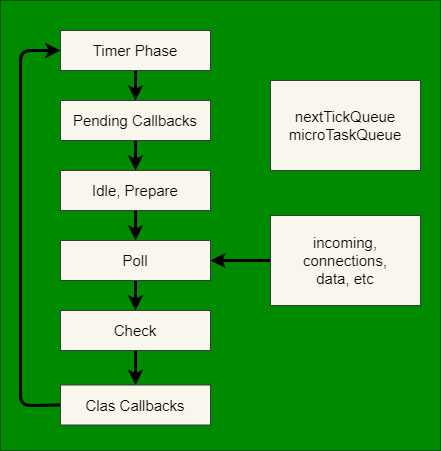
Earlier version of the draw.io export docs/eventloop/eventloop_structure.png (leewoooo/blog-code). Source tidied: cells renumbered, new cells last; positions are measured from the earlier drawing's top-left corner, leaving out a move shared by most shapes. The source it was exported from:
```xml
<mxGraphModel>
  <root>
    <mxCell id="0" />
    <mxCell id="1" parent="0" />
    <mxCell id="2" style="rounded=0;whiteSpace=wrap;html=1;fillColor=#008a00;fontColor=#ffffff;strokeColor=#005700;" parent="1" vertex="1">
      <mxGeometry width="440" height="450" as="geometry" />
    </mxCell>
    <mxCell id="3" style="edgeStyle=none;html=1;entryX=0.5;entryY=0;entryDx=0;entryDy=0;fontSize=15;fontColor=#000000;strokeWidth=3;" parent="1" edge="1" source="4" target="6">
      <mxGeometry relative="1" as="geometry" />
    </mxCell>
    <mxCell id="4" value="&lt;font color=&quot;#000000&quot; style=&quot;font-size: 15px&quot;&gt;Timer Phase&lt;/font&gt;" style="rounded=0;whiteSpace=wrap;html=1;fillColor=#f9f7ed;strokeColor=#36393d;" parent="1" vertex="1">
      <mxGeometry x="60" y="30" width="150" height="40" as="geometry" />
    </mxCell>
    <mxCell id="5" style="edgeStyle=none;html=1;entryX=0.5;entryY=0;entryDx=0;entryDy=0;fontSize=15;fontColor=#000000;strokeWidth=3;" parent="1" edge="1" source="6" target="8">
      <mxGeometry relative="1" as="geometry" />
    </mxCell>
    <mxCell id="6" value="&lt;font color=&quot;#000000&quot;&gt;&lt;span style=&quot;font-size: 15px&quot;&gt;Pending Callbacks&lt;/span&gt;&lt;/font&gt;" style="rounded=0;whiteSpace=wrap;html=1;fillColor=#f9f7ed;strokeColor=#36393d;" parent="1" vertex="1">
      <mxGeometry x="60" y="100" width="150" height="40" as="geometry" />
    </mxCell>
    <mxCell id="7" style="edgeStyle=none;html=1;fontSize=15;fontColor=#000000;strokeWidth=3;" parent="1" edge="1" source="8" target="10">
      <mxGeometry relative="1" as="geometry" />
    </mxCell>
    <mxCell id="8" value="&lt;font color=&quot;#000000&quot; style=&quot;font-size: 15px&quot;&gt;Idle, Prepare&lt;/font&gt;" style="rounded=0;whiteSpace=wrap;html=1;fillColor=#f9f7ed;strokeColor=#36393d;" parent="1" vertex="1">
      <mxGeometry x="60" y="170" width="150" height="40" as="geometry" />
    </mxCell>
    <mxCell id="9" style="edgeStyle=none;html=1;fontSize=15;fontColor=#000000;strokeWidth=3;" parent="1" edge="1" source="10" target="12">
      <mxGeometry relative="1" as="geometry" />
    </mxCell>
    <mxCell id="10" value="&lt;font color=&quot;#000000&quot; style=&quot;font-size: 15px&quot;&gt;Poll&lt;/font&gt;" style="rounded=0;whiteSpace=wrap;html=1;fillColor=#f9f7ed;strokeColor=#36393d;" parent="1" vertex="1">
      <mxGeometry x="60" y="240" width="150" height="40" as="geometry" />
    </mxCell>
    <mxCell id="11" style="edgeStyle=none;html=1;entryX=0.5;entryY=0;entryDx=0;entryDy=0;fontSize=15;fontColor=#000000;strokeWidth=3;" parent="1" edge="1" source="12" target="14">
      <mxGeometry relative="1" as="geometry" />
    </mxCell>
    <mxCell id="12" value="&lt;font color=&quot;#000000&quot; style=&quot;font-size: 15px&quot;&gt;Check&lt;/font&gt;" style="rounded=0;whiteSpace=wrap;html=1;fillColor=#f9f7ed;strokeColor=#36393d;" parent="1" vertex="1">
      <mxGeometry x="60" y="310" width="150" height="40" as="geometry" />
    </mxCell>
    <mxCell id="13" style="edgeStyle=none;html=1;entryX=0;entryY=0.5;entryDx=0;entryDy=0;fontSize=15;fontColor=#000000;strokeWidth=3;exitX=0;exitY=0.5;exitDx=0;exitDy=0;" parent="1" edge="1" source="14" target="4">
      <mxGeometry relative="1" as="geometry">
        <Array as="points">
          <mxPoint x="20" y="405" />
          <mxPoint x="20" y="50" />
        </Array>
      </mxGeometry>
    </mxCell>
    <mxCell id="14" value="&lt;font color=&quot;#000000&quot; style=&quot;font-size: 15px&quot;&gt;Clas Callbacks&lt;/font&gt;" style="rounded=0;whiteSpace=wrap;html=1;fillColor=#f9f7ed;strokeColor=#36393d;" parent="1" vertex="1">
      <mxGeometry x="60" y="384.5" width="150" height="40" as="geometry" />
    </mxCell>
    <mxCell id="15" value="&lt;font color=&quot;#000000&quot;&gt;&lt;span style=&quot;font-size: 15px&quot;&gt;nextTickQueue&lt;br&gt;microTaskQueue&lt;br&gt;&lt;/span&gt;&lt;/font&gt;" style="rounded=0;whiteSpace=wrap;html=1;fillColor=#f9f7ed;strokeColor=#36393d;" parent="1" vertex="1">
      <mxGeometry x="270" y="80" width="150" height="90" as="geometry" />
    </mxCell>
    <mxCell id="16" style="edgeStyle=none;html=1;entryX=1;entryY=0.5;entryDx=0;entryDy=0;fontSize=15;fontColor=#000000;strokeWidth=3;" parent="1" edge="1" source="17" target="10">
      <mxGeometry relative="1" as="geometry" />
    </mxCell>
    <mxCell id="17" value="&lt;font color=&quot;#000000&quot;&gt;&lt;span style=&quot;font-size: 15px&quot;&gt;incoming,&lt;br&gt;connections,&lt;br&gt;data, etc&lt;br&gt;&lt;/span&gt;&lt;/font&gt;" style="rounded=0;whiteSpace=wrap;html=1;fillColor=#f9f7ed;strokeColor=#36393d;" parent="1" vertex="1">
      <mxGeometry x="270" y="215" width="150" height="90" as="geometry" />
    </mxCell>
  </root>
</mxGraphModel>
```
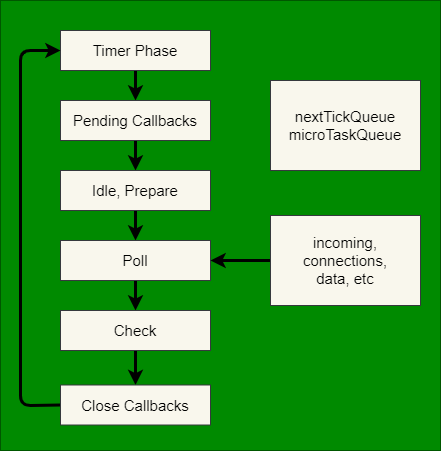
The same file after the commit.

Diff of the diagram source:
```diff
@@ -29,23 +29,23 @@
     <mxCell id="10" value="&lt;font color=&quot;#000000&quot; style=&quot;font-size: 15px&quot;&gt;Poll&lt;/font&gt;" style="rounded=0;whiteSpace=wrap;html=1;fillColor=#f9f7ed;strokeColor=#36393d;" parent="1" vertex="1">
       <mxGeometry x="60" y="240" width="150" height="40" as="geometry" />
     </mxCell>
-    <mxCell id="11" style="edgeStyle=none;html=1;entryX=0.5;entryY=0;entryDx=0;entryDy=0;fontSize=15;fontColor=#000000;strokeWidth=3;" parent="1" edge="1" source="12" target="14">
-      <mxGeometry relative="1" as="geometry" />
-    </mxCell>
+    <mxCell id="18" style="edgeStyle=none;html=1;entryX=0.5;entryY=0;entryDx=0;entryDy=0;fontSize=15;fontColor=#000000;strokeWidth=3;" parent="1" edge="1" source="12" target="20">
+      <mxGeometry relative="1" as="geometry" />
+    </mxCell>
     <mxCell id="12" value="&lt;font color=&quot;#000000&quot; style=&quot;font-size: 15px&quot;&gt;Check&lt;/font&gt;" style="rounded=0;whiteSpace=wrap;html=1;fillColor=#f9f7ed;strokeColor=#36393d;" parent="1" vertex="1">
       <mxGeometry x="60" y="310" width="150" height="40" as="geometry" />
     </mxCell>
-    <mxCell id="13" style="edgeStyle=none;html=1;entryX=0;entryY=0.5;entryDx=0;entryDy=0;fontSize=15;fontColor=#000000;strokeWidth=3;exitX=0;exitY=0.5;exitDx=0;exitDy=0;" parent="1" edge="1" source="14" target="4">
-      <mxGeometry relative="1" as="geometry">
-        <Array as="points">
-          <mxPoint x="20" y="405" />
-          <mxPoint x="20" y="50" />
-        </Array>
-      </mxGeometry>
-    </mxCell>
-    <mxCell id="14" value="&lt;font color=&quot;#000000&quot; style=&quot;font-size: 15px&quot;&gt;Clas Callbacks&lt;/font&gt;" style="rounded=0;whiteSpace=wrap;html=1;fillColor=#f9f7ed;strokeColor=#36393d;" parent="1" vertex="1">
-      <mxGeometry x="60" y="384.5" width="150" height="40" as="geometry" />
-    </mxCell>
+    <mxCell id="19" style="edgeStyle=none;html=1;entryX=0;entryY=0.5;entryDx=0;entryDy=0;fontSize=15;fontColor=#000000;strokeWidth=3;exitX=0;exitY=0.5;exitDx=0;exitDy=0;" parent="1" edge="1" source="20" target="4">
+      <mxGeometry relative="1" as="geometry">
+        <Array as="points">
+          <mxPoint x="20" y="405" />
+          <mxPoint x="20" y="50" />
+        </Array>
+      </mxGeometry>
+    </mxCell>
+    <mxCell id="20" value="&lt;font color=&quot;#000000&quot; style=&quot;font-size: 15px&quot;&gt;Close Callbacks&lt;/font&gt;" style="rounded=0;whiteSpace=wrap;html=1;fillColor=#f9f7ed;strokeColor=#36393d;" parent="1" vertex="1">
+      <mxGeometry x="60" y="384.5" width="150" height="40" as="geometry" />
+    </mxCell>
     <mxCell id="15" value="&lt;font color=&quot;#000000&quot;&gt;&lt;span style=&quot;font-size: 15px&quot;&gt;nextTickQueue&lt;br&gt;microTaskQueue&lt;br&gt;&lt;/span&gt;&lt;/font&gt;" style="rounded=0;whiteSpace=wrap;html=1;fillColor=#f9f7ed;strokeColor=#36393d;" parent="1" vertex="1">
       <mxGeometry x="270" y="80" width="150" height="90" as="geometry" />
     </mxCell>
```
